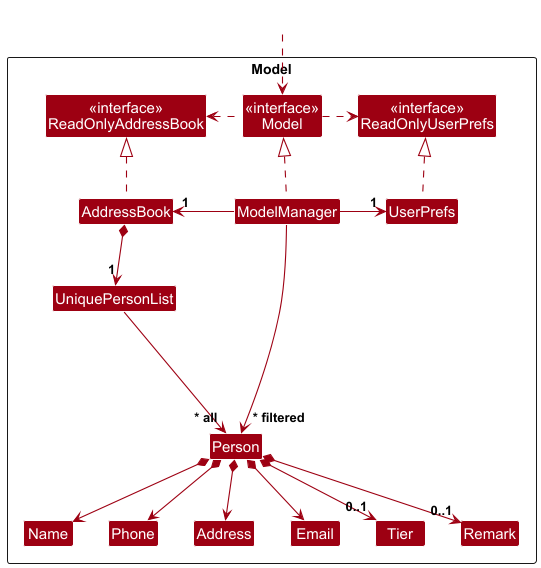
The PlantUML diagram docs/images/ModelClassDiagram.png in nus-cs2103-AY2425S1/tp, before a commit.
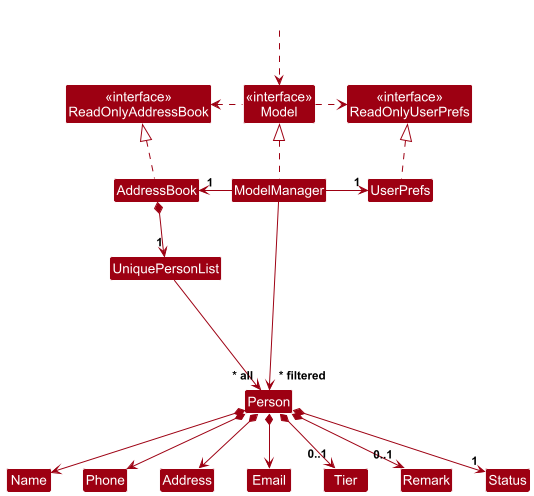
Above is the later version.

Commit message:
Change UG model diagram

The edit, as a diff of the source:
```diff
@@ -4,7 +4,6 @@
 skinparam arrowColor MODEL_COLOR
 skinparam classBackgroundColor MODEL_COLOR
 
-Package Model as ModelPackage <<Rectangle>>{
 Class "<<interface>>\nReadOnlyAddressBook" as ReadOnlyAddressBook
 Class "<<interface>>\nReadOnlyUserPrefs" as ReadOnlyUserPrefs
 Class "<<interface>>\nModel" as Model
@@ -20,10 +19,9 @@
 Class Phone
 Class Tier
 Class Remark
+Class Status
 
 Class I #FFFFFF
-}
-
 Class HiddenOutside #FFFFFF
 HiddenOutside ..> Model
 
@@ -44,6 +42,7 @@
 Person *--> Address
 Person *--> "0..1" Remark
 Person *--> "0..1" Tier
+Person *--> "1" Status
 
 Person -[hidden]up--> I
 UniquePersonList -[hidden]right-> I
@@ -51,6 +50,9 @@
 Name -[hidden]right-> Phone
 Phone -[hidden]right-> Address
 Address -[hidden]right-> Email
+Email -[hidden]right-> Tier
+Tier -[hidden]right-> Remark
+Remark -[hidden]right-> Status
 
 ModelManager --> "~* filtered" Person
 @enduml
```
